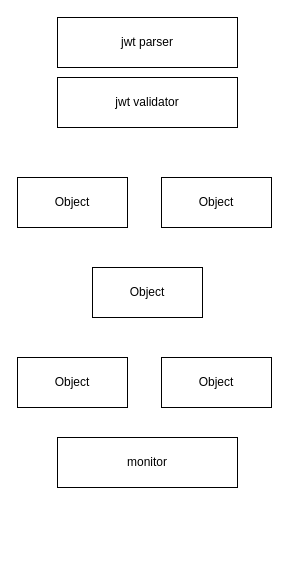
This is nginx.drawio from Adamlixi/adamblog.github.io, a draw.io file, before an edit. Source tidied: cells renumbered, new cells numbered last; positions are measured from the earlier drawing's top-left corner, leaving out a move shared by most shapes. Both pictures are drawn from the tidied source at 100%, with x=0, y=0 at pixel (17, 17).
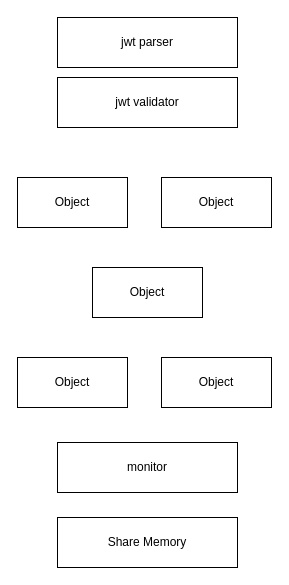
Above is the later version.

Change to the diagram source:
```diff
@@
 <mxGraphModel>
   <root>
     <mxCell id="0" />
     <mxCell id="1" parent="0" />
     <mxCell id="2" value="jwt&amp;nbsp;validator" style="html=1;whiteSpace=wrap;" parent="1" vertex="1">
       <mxGeometry x="40" y="60" width="180" height="50" as="geometry" />
     </mxCell>
     <mxCell id="3" value="jwt&amp;nbsp;parser" style="html=1;whiteSpace=wrap;" parent="1" vertex="1">
       <mxGeometry x="40" width="180" height="50" as="geometry" />
     </mxCell>
     <mxCell id="4" value="Object" style="html=1;whiteSpace=wrap;" parent="1" vertex="1">
       <mxGeometry y="160" width="110" height="50" as="geometry" />
     </mxCell>
     <mxCell id="5" value="Object" style="html=1;whiteSpace=wrap;" parent="1" vertex="1">
       <mxGeometry x="144" y="160" width="110" height="50" as="geometry" />
     </mxCell>
     <mxCell id="6" value="Object" style="html=1;whiteSpace=wrap;" parent="1" vertex="1">
       <mxGeometry x="75" y="250" width="110" height="50" as="geometry" />
     </mxCell>
     <mxCell id="7" value="Object" style="html=1;whiteSpace=wrap;" parent="1" vertex="1">
       <mxGeometry y="340" width="110" height="50" as="geometry" />
     </mxCell>
     <mxCell id="8" value="Object" style="html=1;whiteSpace=wrap;" parent="1" vertex="1">
       <mxGeometry x="144" y="340" width="110" height="50" as="geometry" />
     </mxCell>
     <mxCell id="9" value="monitor" style="html=1;whiteSpace=wrap;" parent="1" vertex="1">
-      <mxGeometry x="40" y="420" width="180" height="50" as="geometry" />
+      <mxGeometry x="40" y="425" width="180" height="50" as="geometry" />
     </mxCell>
+    <mxCell id="10" value="Share Memory" style="html=1;whiteSpace=wrap;" parent="1" vertex="1">
+      <mxGeometry x="40" y="500" width="180" height="50" as="geometry" />
+    </mxCell>
   </root>
 </mxGraphModel>
```
